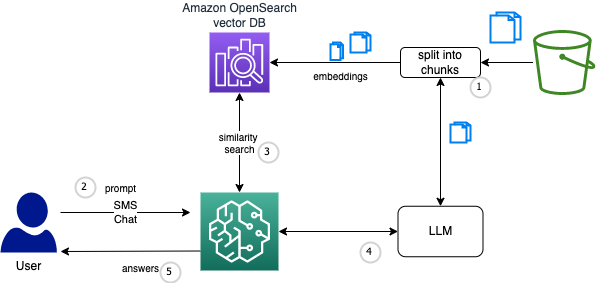
The draw.io diagram docs/genAI/diagrams/rag.drawio.png in jbcodeforce/ML-studies, before a commit. Source tidied: cells renumbered, new cells last; positions are measured from the earlier drawing's top-left corner, leaving out a move shared by most shapes. Source of this version:
```xml
<mxGraphModel>
  <root>
    <mxCell id="0" />
    <mxCell id="1" parent="0" />
    <mxCell id="2" value="User" style="sketch=0;shadow=0;dashed=0;html=1;strokeColor=none;labelPosition=center;verticalLabelPosition=bottom;verticalAlign=top;align=center;fillColor=#00188D;shape=mxgraph.azure.user;" parent="1" vertex="1">
      <mxGeometry y="180" width="56.4" height="60" as="geometry" />
    </mxCell>
    <mxCell id="3" style="edgeStyle=none;html=1;entryX=0;entryY=0.5;entryDx=0;entryDy=0;startArrow=classic;startFill=1;" parent="1" edge="1" source="6" target="13">
      <mxGeometry relative="1" as="geometry" />
    </mxCell>
    <mxCell id="4" value="similarity &lt;br style=&quot;font-size: 10px;&quot;&gt;search" style="edgeStyle=none;html=1;entryX=0.5;entryY=1;entryDx=0;entryDy=0;entryPerimeter=0;startArrow=classic;startFill=1;fontSize=10;" parent="1" edge="1" source="6" target="8">
      <mxGeometry relative="1" as="geometry" />
    </mxCell>
    <mxCell id="5" style="edgeStyle=none;html=1;fontSize=10;startArrow=none;startFill=0;exitX=0;exitY=0.75;exitDx=0;exitDy=0;exitPerimeter=0;" parent="1" edge="1" source="6">
      <mxGeometry relative="1" as="geometry">
        <mxPoint x="60" y="239" as="targetPoint" />
      </mxGeometry>
    </mxCell>
    <mxCell id="6" style="sketch=0;points=[[0,0,0],[0.25,0,0],[0.5,0,0],[0.75,0,0],[1,0,0],[0,1,0],[0.25,1,0],[0.5,1,0],[0.75,1,0],[1,1,0],[0,0.25,0],[0,0.5,0],[0,0.75,0],[1,0.25,0],[1,0.5,0],[1,0.75,0]];outlineConnect=0;fontColor=#232F3E;gradientColor=#4AB29A;gradientDirection=north;fillColor=#116D5B;strokeColor=#ffffff;dashed=0;verticalLabelPosition=bottom;verticalAlign=top;align=center;html=1;fontSize=12;fontStyle=0;shape=mxgraph.aws4.resourceIcon;resIcon=mxgraph.aws4.sagemaker;" parent="1" vertex="1">
      <mxGeometry x="200" y="180" width="78" height="78" as="geometry" />
    </mxCell>
    <mxCell id="7" value="SMS&lt;br&gt;Chat&lt;br&gt;" style="endArrow=classic;html=1;" parent="1" edge="1">
      <mxGeometry relative="1" as="geometry">
        <mxPoint x="60" y="200" as="sourcePoint" />
        <mxPoint x="190" y="200" as="targetPoint" />
      </mxGeometry>
    </mxCell>
    <mxCell id="8" value="Amazon OpenSearch&lt;br&gt;vector DB" style="sketch=0;points=[[0,0,0],[0.25,0,0],[0.5,0,0],[0.75,0,0],[1,0,0],[0,1,0],[0.25,1,0],[0.5,1,0],[0.75,1,0],[1,1,0],[0,0.25,0],[0,0.5,0],[0,0.75,0],[1,0.25,0],[1,0.5,0],[1,0.75,0]];outlineConnect=0;fontColor=#232F3E;gradientColor=#945DF2;gradientDirection=north;fillColor=#5A30B5;strokeColor=#ffffff;dashed=0;verticalLabelPosition=top;verticalAlign=bottom;align=center;html=1;fontSize=12;fontStyle=0;shape=mxgraph.aws4.resourceIcon;resIcon=mxgraph.aws4.elasticsearch_service;labelPosition=center;" parent="1" vertex="1">
      <mxGeometry x="209" y="20" width="60" height="60" as="geometry" />
    </mxCell>
    <mxCell id="9" style="html=1;verticalLabelPosition=bottom;align=center;labelBackgroundColor=#ffffff;verticalAlign=top;strokeWidth=2;strokeColor=#0080F0;shadow=0;dashed=0;shape=mxgraph.ios7.icons.documents;" parent="1" vertex="1">
      <mxGeometry x="490" width="30" height="30" as="geometry" />
    </mxCell>
    <mxCell id="10" style="edgeStyle=none;html=1;startArrow=classic;startFill=1;" parent="1" edge="1" source="12" target="13">
      <mxGeometry relative="1" as="geometry" />
    </mxCell>
    <mxCell id="11" style="edgeStyle=none;html=1;" parent="1" edge="1" source="12" target="8">
      <mxGeometry relative="1" as="geometry" />
    </mxCell>
    <mxCell id="12" value="split into chunks" style="rounded=1;whiteSpace=wrap;html=1;" parent="1" vertex="1">
      <mxGeometry x="400" y="35" width="80" height="30" as="geometry" />
    </mxCell>
    <mxCell id="13" value="LLM" style="rounded=1;whiteSpace=wrap;html=1;" parent="1" vertex="1">
      <mxGeometry x="397.5" y="193.8" width="85" height="50.5" as="geometry" />
    </mxCell>
    <mxCell id="14" style="edgeStyle=none;html=1;" parent="1" edge="1" source="15" target="12">
      <mxGeometry relative="1" as="geometry" />
    </mxCell>
    <mxCell id="15" style="sketch=0;outlineConnect=0;fontColor=#232F3E;gradientColor=none;fillColor=#3F8624;strokeColor=none;dashed=0;verticalLabelPosition=bottom;verticalAlign=top;align=center;html=1;fontSize=12;fontStyle=0;shape=mxgraph.aws4.bucket;" parent="1" vertex="1">
      <mxGeometry x="532.5" y="17.5" width="62.5" height="65" as="geometry" />
    </mxCell>
    <mxCell id="16" style="html=1;verticalLabelPosition=bottom;align=center;labelBackgroundColor=#ffffff;verticalAlign=top;strokeWidth=2;strokeColor=#0080F0;shadow=0;dashed=0;shape=mxgraph.ios7.icons.documents;" parent="1" vertex="1">
      <mxGeometry x="330" y="30" width="12.5" height="17.5" as="geometry" />
    </mxCell>
    <mxCell id="17" style="html=1;verticalLabelPosition=bottom;align=center;labelBackgroundColor=#ffffff;verticalAlign=top;strokeWidth=2;strokeColor=#0080F0;shadow=0;dashed=0;shape=mxgraph.ios7.icons.documents;" parent="1" vertex="1">
      <mxGeometry x="350" y="20" width="20" height="20" as="geometry" />
    </mxCell>
    <mxCell id="18" style="html=1;verticalLabelPosition=bottom;align=center;labelBackgroundColor=#ffffff;verticalAlign=top;strokeWidth=2;strokeColor=#0080F0;shadow=0;dashed=0;shape=mxgraph.ios7.icons.documents;" parent="1" vertex="1">
      <mxGeometry x="450" y="110" width="20" height="20" as="geometry" />
    </mxCell>
    <mxCell id="19" value="embeddings" style="text;html=1;align=center;verticalAlign=middle;strokeColor=none;fillColor=none;fontSize=10;" parent="1" vertex="1">
      <mxGeometry x="300" y="47.5" width="80" height="30" as="geometry" />
    </mxCell>
    <mxCell id="20" value="answers" style="text;html=1;align=center;verticalAlign=middle;strokeColor=none;fillColor=none;fontSize=10;" parent="1" vertex="1">
      <mxGeometry x="110" y="240" width="60" height="30" as="geometry" />
    </mxCell>
    <mxCell id="21" value="1" style="ellipse;whiteSpace=wrap;html=1;strokeWidth=2;fontFamily=Tahoma;spacingBottom=4;spacingRight=2;strokeColor=#d3d3d3;fontSize=10;" parent="1" vertex="1">
      <mxGeometry x="470" y="65" width="20" height="20" as="geometry" />
    </mxCell>
    <mxCell id="22" value="2" style="ellipse;whiteSpace=wrap;html=1;strokeWidth=2;fontFamily=Tahoma;spacingBottom=4;spacingRight=2;strokeColor=#d3d3d3;fontSize=10;" parent="1" vertex="1">
      <mxGeometry x="75" y="165" width="20" height="20" as="geometry" />
    </mxCell>
    <mxCell id="23" value="prompt" style="text;html=1;align=center;verticalAlign=middle;strokeColor=none;fillColor=none;fontSize=10;" parent="1" vertex="1">
      <mxGeometry x="95" y="160" width="50" height="30" as="geometry" />
    </mxCell>
    <mxCell id="24" value="3" style="ellipse;whiteSpace=wrap;html=1;strokeWidth=2;fontFamily=Tahoma;spacingBottom=4;spacingRight=2;strokeColor=#d3d3d3;fontSize=10;" parent="1" vertex="1">
      <mxGeometry x="258" y="130" width="20" height="20" as="geometry" />
    </mxCell>
    <mxCell id="25" value="4" style="ellipse;whiteSpace=wrap;html=1;strokeWidth=2;fontFamily=Tahoma;spacingBottom=4;spacingRight=2;strokeColor=#d3d3d3;fontSize=10;" parent="1" vertex="1">
      <mxGeometry x="360" y="230" width="20" height="20" as="geometry" />
    </mxCell>
    <mxCell id="26" value="5" style="ellipse;whiteSpace=wrap;html=1;strokeWidth=2;fontFamily=Tahoma;spacingBottom=4;spacingRight=2;strokeColor=#d3d3d3;fontSize=10;" parent="1" vertex="1">
      <mxGeometry x="160" y="250" width="20" height="20" as="geometry" />
    </mxCell>
  </root>
</mxGraphModel>
```
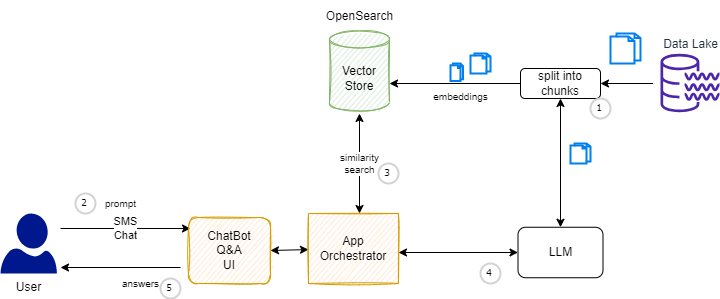
The same file after the commit.

Change to the diagram source:
```diff
@@ -3,39 +3,41 @@
     <mxCell id="0" />
     <mxCell id="1" parent="0" />
     <mxCell id="2" value="User" style="sketch=0;shadow=0;dashed=0;html=1;strokeColor=none;labelPosition=center;verticalLabelPosition=bottom;verticalAlign=top;align=center;fillColor=#00188D;shape=mxgraph.azure.user;" parent="1" vertex="1">
-      <mxGeometry y="180" width="56.4" height="60" as="geometry" />
+      <mxGeometry x="-120" y="180" width="56.4" height="60" as="geometry" />
     </mxCell>
-    <mxCell id="3" style="edgeStyle=none;html=1;entryX=0;entryY=0.5;entryDx=0;entryDy=0;startArrow=classic;startFill=1;" parent="1" edge="1" source="6" target="13">
-      <mxGeometry relative="1" as="geometry" />
+    <mxCell id="3" style="edgeStyle=none;html=1;entryX=0;entryY=0.5;entryDx=0;entryDy=0;startArrow=classic;startFill=1;" parent="1" edge="1" target="13">
+      <mxGeometry relative="1" as="geometry">
+        <mxPoint x="278" y="219" as="sourcePoint" />
+      </mxGeometry>
     </mxCell>
-    <mxCell id="4" value="similarity &lt;br style=&quot;font-size: 10px;&quot;&gt;search" style="edgeStyle=none;html=1;entryX=0.5;entryY=1;entryDx=0;entryDy=0;entryPerimeter=0;startArrow=classic;startFill=1;fontSize=10;" parent="1" edge="1" source="6" target="8">
-      <mxGeometry relative="1" as="geometry" />
+    <mxCell id="4" value="similarity &lt;br style=&quot;font-size: 10px;&quot;&gt;search" style="edgeStyle=none;html=1;entryX=0.5;entryY=1;entryDx=0;entryDy=0;entryPerimeter=0;startArrow=classic;startFill=1;fontSize=10;" parent="1" edge="1">
+      <mxGeometry relative="1" as="geometry">
+        <mxPoint x="239" y="180" as="sourcePoint" />
+        <mxPoint x="239" y="80" as="targetPoint" />
+      </mxGeometry>
     </mxCell>
-    <mxCell id="5" style="edgeStyle=none;html=1;fontSize=10;startArrow=none;startFill=0;exitX=0;exitY=0.75;exitDx=0;exitDy=0;exitPerimeter=0;" parent="1" edge="1" source="6">
+    <mxCell id="5" style="edgeStyle=none;html=1;fontSize=10;startArrow=none;startFill=0;" parent="1" edge="1">
       <mxGeometry relative="1" as="geometry">
-        <mxPoint x="60" y="239" as="targetPoint" />
+        <mxPoint x="60" y="234" as="sourcePoint" />
+        <mxPoint x="-60" y="234" as="targetPoint" />
       </mxGeometry>
     </mxCell>
-    <mxCell id="6" style="sketch=0;points=[[0,0,0],[0.25,0,0],[0.5,0,0],[0.75,0,0],[1,0,0],[0,1,0],[0.25,1,0],[0.5,1,0],[0.75,1,0],[1,1,0],[0,0.25,0],[0,0.5,0],[0,0.75,0],[1,0.25,0],[1,0.5,0],[1,0.75,0]];outlineConnect=0;fontColor=#232F3E;gradientColor=#4AB29A;gradientDirection=north;fillColor=#116D5B;strokeColor=#ffffff;dashed=0;verticalLabelPosition=bottom;verticalAlign=top;align=center;html=1;fontSize=12;fontStyle=0;shape=mxgraph.aws4.resourceIcon;resIcon=mxgraph.aws4.sagemaker;" parent="1" vertex="1">
-      <mxGeometry x="200" y="180" width="78" height="78" as="geometry" />
-    </mxCell>
     <mxCell id="7" value="SMS&lt;br&gt;Chat&lt;br&gt;" style="endArrow=classic;html=1;" parent="1" edge="1">
       <mxGeometry relative="1" as="geometry">
-        <mxPoint x="60" y="200" as="sourcePoint" />
-        <mxPoint x="190" y="200" as="targetPoint" />
+        <mxPoint x="-60" y="195" as="sourcePoint" />
+        <mxPoint x="70" y="195" as="targetPoint" />
       </mxGeometry>
     </mxCell>
-    <mxCell id="8" value="Amazon OpenSearch&lt;br&gt;vector DB" style="sketch=0;points=[[0,0,0],[0.25,0,0],[0.5,0,0],[0.75,0,0],[1,0,0],[0,1,0],[0.25,1,0],[0.5,1,0],[0.75,1,0],[1,1,0],[0,0.25,0],[0,0.5,0],[0,0.75,0],[1,0.25,0],[1,0.5,0],[1,0.75,0]];outlineConnect=0;fontColor=#232F3E;gradientColor=#945DF2;gradientDirection=north;fillColor=#5A30B5;strokeColor=#ffffff;dashed=0;verticalLabelPosition=top;verticalAlign=bottom;align=center;html=1;fontSize=12;fontStyle=0;shape=mxgraph.aws4.resourceIcon;resIcon=mxgraph.aws4.elasticsearch_service;labelPosition=center;" parent="1" vertex="1">
-      <mxGeometry x="209" y="20" width="60" height="60" as="geometry" />
-    </mxCell>
     <mxCell id="9" style="html=1;verticalLabelPosition=bottom;align=center;labelBackgroundColor=#ffffff;verticalAlign=top;strokeWidth=2;strokeColor=#0080F0;shadow=0;dashed=0;shape=mxgraph.ios7.icons.documents;" parent="1" vertex="1">
       <mxGeometry x="490" width="30" height="30" as="geometry" />
     </mxCell>
     <mxCell id="10" style="edgeStyle=none;html=1;startArrow=classic;startFill=1;" parent="1" edge="1" source="12" target="13">
       <mxGeometry relative="1" as="geometry" />
     </mxCell>
-    <mxCell id="11" style="edgeStyle=none;html=1;" parent="1" edge="1" source="12" target="8">
-      <mxGeometry relative="1" as="geometry" />
+    <mxCell id="11" style="edgeStyle=none;html=1;" parent="1" edge="1" source="12">
+      <mxGeometry relative="1" as="geometry">
+        <mxPoint x="269" y="50" as="targetPoint" />
+      </mxGeometry>
     </mxCell>
     <mxCell id="12" value="split into chunks" style="rounded=1;whiteSpace=wrap;html=1;" parent="1" vertex="1">
       <mxGeometry x="400" y="35" width="80" height="30" as="geometry" />
@@ -43,12 +45,11 @@
     <mxCell id="13" value="LLM" style="rounded=1;whiteSpace=wrap;html=1;" parent="1" vertex="1">
       <mxGeometry x="397.5" y="193.8" width="85" height="50.5" as="geometry" />
     </mxCell>
-    <mxCell id="14" style="edgeStyle=none;html=1;" parent="1" edge="1" source="15" target="12">
-      <mxGeometry relative="1" as="geometry" />
+    <mxCell id="14" style="edgeStyle=none;html=1;" parent="1" edge="1" target="12">
+      <mxGeometry relative="1" as="geometry">
+        <mxPoint x="532.5" y="50" as="sourcePoint" />
+      </mxGeometry>
     </mxCell>
-    <mxCell id="15" style="sketch=0;outlineConnect=0;fontColor=#232F3E;gradientColor=none;fillColor=#3F8624;strokeColor=none;dashed=0;verticalLabelPosition=bottom;verticalAlign=top;align=center;html=1;fontSize=12;fontStyle=0;shape=mxgraph.aws4.bucket;" parent="1" vertex="1">
-      <mxGeometry x="532.5" y="17.5" width="62.5" height="65" as="geometry" />
-    </mxCell>
     <mxCell id="16" style="html=1;verticalLabelPosition=bottom;align=center;labelBackgroundColor=#ffffff;verticalAlign=top;strokeWidth=2;strokeColor=#0080F0;shadow=0;dashed=0;shape=mxgraph.ios7.icons.documents;" parent="1" vertex="1">
       <mxGeometry x="330" y="30" width="12.5" height="17.5" as="geometry" />
     </mxCell>
@@ -62,16 +63,16 @@
       <mxGeometry x="300" y="47.5" width="80" height="30" as="geometry" />
     </mxCell>
     <mxCell id="20" value="answers" style="text;html=1;align=center;verticalAlign=middle;strokeColor=none;fillColor=none;fontSize=10;" parent="1" vertex="1">
-      <mxGeometry x="110" y="240" width="60" height="30" as="geometry" />
+      <mxGeometry x="-10" y="235" width="60" height="30" as="geometry" />
     </mxCell>
     <mxCell id="21" value="1" style="ellipse;whiteSpace=wrap;html=1;strokeWidth=2;fontFamily=Tahoma;spacingBottom=4;spacingRight=2;strokeColor=#d3d3d3;fontSize=10;" parent="1" vertex="1">
       <mxGeometry x="470" y="65" width="20" height="20" as="geometry" />
     </mxCell>
     <mxCell id="22" value="2" style="ellipse;whiteSpace=wrap;html=1;strokeWidth=2;fontFamily=Tahoma;spacingBottom=4;spacingRight=2;strokeColor=#d3d3d3;fontSize=10;" parent="1" vertex="1">
-      <mxGeometry x="75" y="165" width="20" height="20" as="geometry" />
+      <mxGeometry x="-45" y="160" width="20" height="20" as="geometry" />
     </mxCell>
     <mxCell id="23" value="prompt" style="text;html=1;align=center;verticalAlign=middle;strokeColor=none;fillColor=none;fontSize=10;" parent="1" vertex="1">
-      <mxGeometry x="95" y="160" width="50" height="30" as="geometry" />
+      <mxGeometry x="-25" y="155" width="50" height="30" as="geometry" />
     </mxCell>
     <mxCell id="24" value="3" style="ellipse;whiteSpace=wrap;html=1;strokeWidth=2;fontFamily=Tahoma;spacingBottom=4;spacingRight=2;strokeColor=#d3d3d3;fontSize=10;" parent="1" vertex="1">
       <mxGeometry x="258" y="130" width="20" height="20" as="geometry" />
@@ -80,7 +81,25 @@
       <mxGeometry x="360" y="230" width="20" height="20" as="geometry" />
     </mxCell>
     <mxCell id="26" value="5" style="ellipse;whiteSpace=wrap;html=1;strokeWidth=2;fontFamily=Tahoma;spacingBottom=4;spacingRight=2;strokeColor=#d3d3d3;fontSize=10;" parent="1" vertex="1">
-      <mxGeometry x="160" y="250" width="20" height="20" as="geometry" />
+      <mxGeometry x="40" y="245" width="20" height="20" as="geometry" />
     </mxCell>
+    <mxCell id="27" value="Vector Store" style="shape=cylinder3;whiteSpace=wrap;html=1;boundedLbl=1;backgroundOutline=1;size=8.5;sketch=1;fillColor=#d5e8d4;strokeColor=#82b366;" parent="1" vertex="1">
+      <mxGeometry x="209" y="-2.5" width="60" height="80" as="geometry" />
+    </mxCell>
+    <mxCell id="28" value="OpenSearch" style="text;html=1;align=center;verticalAlign=middle;strokeColor=none;fillColor=none;" parent="1" vertex="1">
+      <mxGeometry x="194" y="-32.5" width="90" height="30" as="geometry" />
+    </mxCell>
+    <mxCell id="29" value="ChatBot&lt;br&gt;Q&amp;amp;A&lt;br&gt;UI" style="rounded=1;whiteSpace=wrap;html=1;sketch=1;fillColor=#ffe6cc;strokeColor=#d79b00;" parent="1" vertex="1">
+      <mxGeometry x="68" y="184" width="82" height="66" as="geometry" />
+    </mxCell>
+    <mxCell id="30" style="edgeStyle=none;html=1;entryX=1;entryY=0.5;entryDx=0;entryDy=0;startArrow=classic;startFill=1;" parent="1" edge="1" source="31" target="29">
+      <mxGeometry relative="1" as="geometry" />
+    </mxCell>
+    <mxCell id="31" value="App Orchestrator" style="rounded=0;whiteSpace=wrap;html=1;sketch=1;fillColor=#ffe6cc;strokeColor=#d79b00;" parent="1" vertex="1">
+      <mxGeometry x="188" y="180" width="90" height="70" as="geometry" />
+    </mxCell>
+    <mxCell id="32" value="Data Lake" style="sketch=0;fontColor=#232F3E;gradientColor=none;fillColor=#4D27AA;strokeColor=none;dashed=0;verticalLabelPosition=top;verticalAlign=bottom;align=center;html=1;fontSize=12;fontStyle=0;shape=mxgraph.aws4.data_lake_resource_icon;labelPosition=center;" parent="1" vertex="1">
+      <mxGeometry x="540" y="20" width="59" height="59" as="geometry" />
+    </mxCell>
   </root>
 </mxGraphModel>
```
